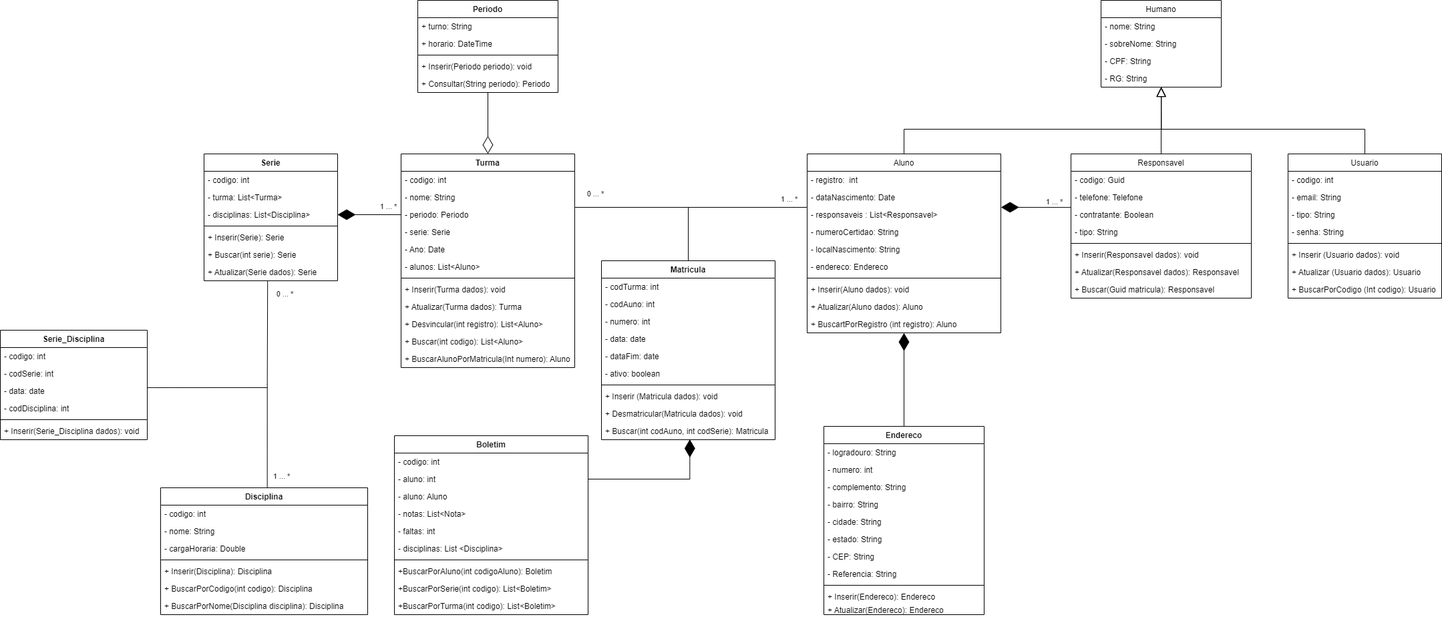
Earlier version of the draw.io export diagrama_de_classes-se.png (marlonbatista/SE). Source tidied: cells renumbered, new cells last; positions are measured from the earlier drawing's top-left corner, leaving out a move shared by most shapes.
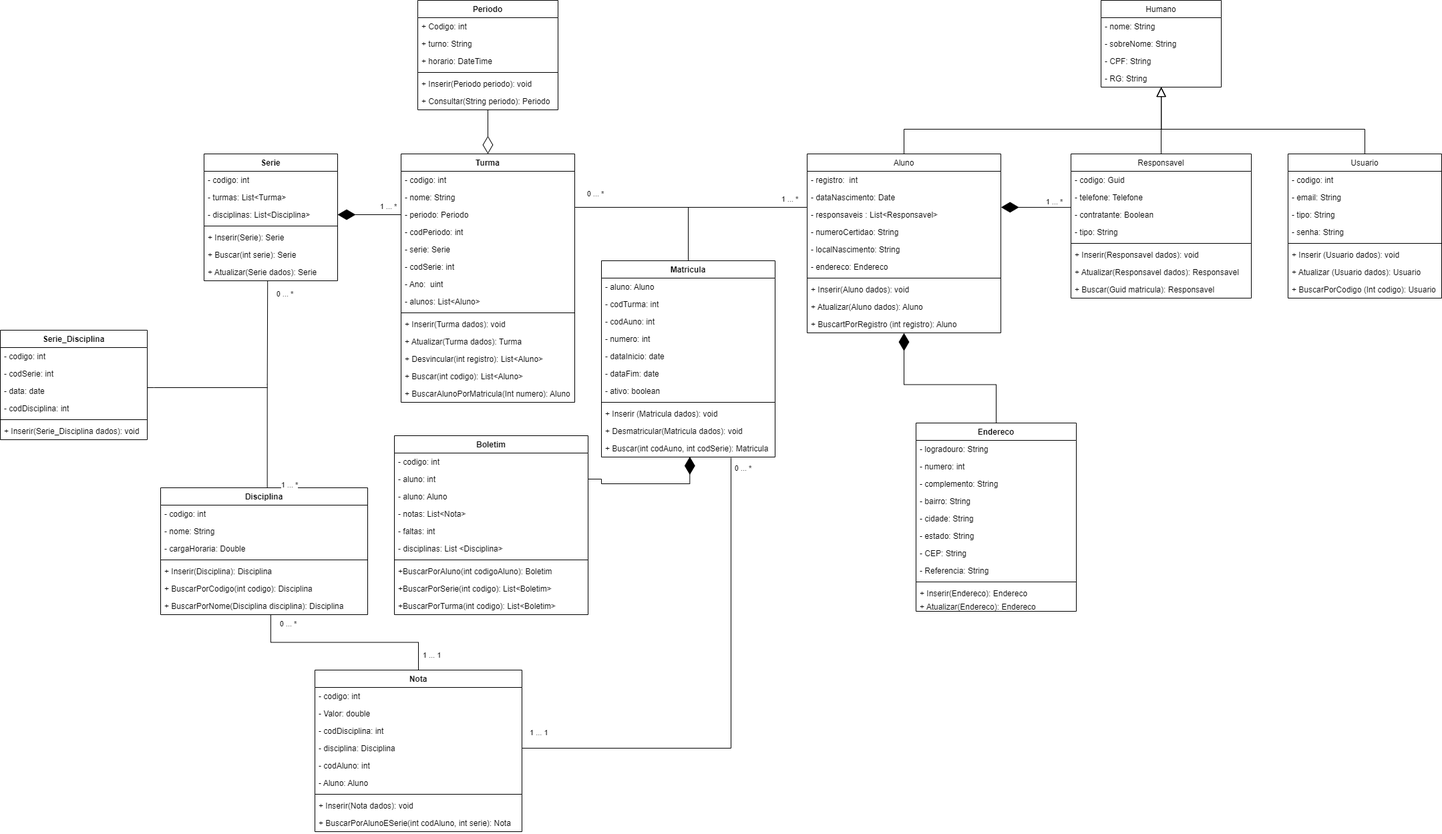
After the commit.

Diff of the diagram source:
```diff
@@ -143,7 +143,7 @@
       <mxGeometry relative="1" as="geometry" />
     </mxCell>
     <mxCell id="44" value="Endereco" style="swimlane;fontStyle=1;align=center;verticalAlign=top;horizontal=1;startSize=26;" parent="1" vertex="1">
-      <mxGeometry x="1233" y="638" width="240" height="282" as="geometry" />
+      <mxGeometry x="1371" y="633" width="240" height="282" as="geometry" />
     </mxCell>
     <mxCell id="45" value="- logradouro: String&#10;" style="text;strokeColor=none;fillColor=none;align=left;verticalAlign=top;spacingLeft=4;spacingRight=4;overflow=hidden;" parent="44" vertex="1">
       <mxGeometry y="26" width="240" height="26" as="geometry" />
@@ -184,7 +184,7 @@
     <mxCell id="57" value="- codigo: int&#10;" style="text;strokeColor=none;fillColor=none;align=left;verticalAlign=top;spacingLeft=4;spacingRight=4;overflow=hidden;" parent="56" vertex="1">
       <mxGeometry y="26" width="200" height="26" as="geometry" />
     </mxCell>
-    <mxCell id="58" value="- turma: List&lt;Turma&gt;&#10;" style="text;strokeColor=none;fillColor=none;align=left;verticalAlign=top;spacingLeft=4;spacingRight=4;overflow=hidden;" parent="56" vertex="1">
+    <mxCell id="58" value="- turmas: List&lt;Turma&gt;&#10;" style="text;strokeColor=none;fillColor=none;align=left;verticalAlign=top;spacingLeft=4;spacingRight=4;overflow=hidden;" parent="56" vertex="1">
       <mxGeometry y="52" width="200" height="26" as="geometry" />
     </mxCell>
     <mxCell id="59" value="- disciplinas: List&lt;Disciplina&gt;&#10;" style="text;strokeColor=none;fillColor=none;align=left;verticalAlign=top;spacingLeft=4;spacingRight=4;overflow=hidden;points=[[0,0.5],[1,0.5]];portConstraint=eastwest;" parent="56" vertex="1">
@@ -203,7 +203,7 @@
       <mxGeometry y="164" width="200" height="26" as="geometry" />
     </mxCell>
     <mxCell id="64" value="Turma" style="swimlane;fontStyle=1;align=center;verticalAlign=top;horizontal=1;startSize=26;" parent="1" vertex="1">
-      <mxGeometry x="600" y="230" width="260" height="320" as="geometry" />
+      <mxGeometry x="600" y="230" width="260" height="372" as="geometry" />
     </mxCell>
     <mxCell id="65" value="- codigo: int" style="text;strokeColor=none;fillColor=none;align=left;verticalAlign=top;spacingLeft=4;spacingRight=4;overflow=hidden;" parent="64" vertex="1">
       <mxGeometry y="26" width="260" height="26" as="geometry" />
@@ -214,32 +214,38 @@
     <mxCell id="67" value="- periodo: Periodo" style="text;strokeColor=none;fillColor=none;align=left;verticalAlign=top;spacingLeft=4;spacingRight=4;overflow=hidden;points=[[0,0.5],[1,0.5]];portConstraint=eastwest;" parent="64" vertex="1">
       <mxGeometry y="78" width="260" height="26" as="geometry" />
     </mxCell>
+    <mxCell id="132" value="- codPeriodo: int" style="text;strokeColor=none;fillColor=none;align=left;verticalAlign=top;spacingLeft=4;spacingRight=4;overflow=hidden;" parent="64" vertex="1">
+      <mxGeometry y="104" width="260" height="26" as="geometry" />
+    </mxCell>
     <mxCell id="68" value="- serie: Serie" style="text;strokeColor=none;fillColor=none;align=left;verticalAlign=top;spacingLeft=4;spacingRight=4;overflow=hidden;" parent="64" vertex="1">
-      <mxGeometry y="104" width="260" height="26" as="geometry" />
+      <mxGeometry y="130" width="260" height="26" as="geometry" />
     </mxCell>
+    <mxCell id="133" value="- codSerie: int" style="text;strokeColor=none;fillColor=none;align=left;verticalAlign=top;spacingLeft=4;spacingRight=4;overflow=hidden;" parent="64" vertex="1">
+      <mxGeometry y="156" width="260" height="26" as="geometry" />
+    </mxCell>
-    <mxCell id="69" value="- Ano: Date" style="text;strokeColor=none;fillColor=none;align=left;verticalAlign=top;spacingLeft=4;spacingRight=4;overflow=hidden;" parent="64" vertex="1">
-      <mxGeometry y="130" width="260" height="26" as="geometry" />
+    <mxCell id="69" value="- Ano:  uint" style="text;strokeColor=none;fillColor=none;align=left;verticalAlign=top;spacingLeft=4;spacingRight=4;overflow=hidden;" parent="64" vertex="1">
+      <mxGeometry y="182" width="260" height="26" as="geometry" />
     </mxCell>
     <mxCell id="70" value="- alunos: List&lt;Aluno&gt;" style="text;strokeColor=none;fillColor=none;align=left;verticalAlign=top;spacingLeft=4;spacingRight=4;overflow=hidden;" parent="64" vertex="1">
-      <mxGeometry y="156" width="260" height="26" as="geometry" />
+      <mxGeometry y="208" width="260" height="26" as="geometry" />
     </mxCell>
     <mxCell id="71" style="line;strokeWidth=1;fillColor=none;align=left;verticalAlign=middle;spacingTop=-1;spacingLeft=3;spacingRight=3;labelPosition=right;strokeColor=inherit;" parent="64" vertex="1">
-      <mxGeometry y="182" width="260" height="8" as="geometry" />
+      <mxGeometry y="234" width="260" height="8" as="geometry" />
     </mxCell>
     <mxCell id="72" value="+ Inserir(Turma dados): void" style="text;strokeColor=none;fillColor=none;align=left;verticalAlign=top;spacingLeft=4;spacingRight=4;overflow=hidden;" parent="64" vertex="1">
-      <mxGeometry y="190" width="260" height="26" as="geometry" />
+      <mxGeometry y="242" width="260" height="26" as="geometry" />
     </mxCell>
     <mxCell id="73" value="+ Atualizar(Turma dados): Turma&#10;" style="text;strokeColor=none;fillColor=none;align=left;verticalAlign=top;spacingLeft=4;spacingRight=4;overflow=hidden;" parent="64" vertex="1">
-      <mxGeometry y="216" width="260" height="26" as="geometry" />
+      <mxGeometry y="268" width="260" height="26" as="geometry" />
     </mxCell>
     <mxCell id="74" value="+ Desvincular(int registro): List&lt;Aluno&gt;&#10;" style="text;strokeColor=none;fillColor=none;align=left;verticalAlign=top;spacingLeft=4;spacingRight=4;overflow=hidden;" parent="64" vertex="1">
-      <mxGeometry y="242" width="260" height="26" as="geometry" />
+      <mxGeometry y="294" width="260" height="26" as="geometry" />
     </mxCell>
     <mxCell id="75" value="+ Buscar(int codigo): List&lt;Aluno&gt;&#10;" style="text;strokeColor=none;fillColor=none;align=left;verticalAlign=top;spacingLeft=4;spacingRight=4;overflow=hidden;" parent="64" vertex="1">
-      <mxGeometry y="268" width="260" height="26" as="geometry" />
+      <mxGeometry y="320" width="260" height="26" as="geometry" />
     </mxCell>
     <mxCell id="76" value="+ BuscarAlunoPorMatricula(Int numero): Aluno&#10;" style="text;strokeColor=none;fillColor=none;align=left;verticalAlign=top;spacingLeft=4;spacingRight=4;overflow=hidden;" parent="64" vertex="1">
-      <mxGeometry y="294" width="260" height="26" as="geometry" />
+      <mxGeometry y="346" width="260" height="26" as="geometry" />
     </mxCell>
     <mxCell id="77" style="edgeStyle=orthogonalEdgeStyle;rounded=0;jettySize=auto;html=1;exitX=0.5;exitY=0;exitDx=0;exitDy=0;endArrow=none;endFill=0;endSize=24;" parent="1" edge="1" source="78">
       <mxGeometry relative="1" as="geometry">
@@ -247,37 +253,40 @@
       </mxGeometry>
     </mxCell>
     <mxCell id="78" value="Matricula" style="swimlane;fontStyle=1;align=center;verticalAlign=top;horizontal=1;startSize=26;" parent="1" vertex="1">
-      <mxGeometry x="900" y="390" width="260" height="268" as="geometry" />
+      <mxGeometry x="900" y="390" width="260" height="294" as="geometry" />
     </mxCell>
+    <mxCell id="134" value="- aluno: Aluno" style="text;strokeColor=none;fillColor=none;align=left;verticalAlign=top;spacingLeft=4;spacingRight=4;overflow=hidden;" parent="78" vertex="1">
+      <mxGeometry y="26" width="260" height="26" as="geometry" />
+    </mxCell>
     <mxCell id="79" value="- codTurma: int" style="text;strokeColor=none;fillColor=none;align=left;verticalAlign=top;spacingLeft=4;spacingRight=4;overflow=hidden;" parent="78" vertex="1">
-      <mxGeometry y="26" width="260" height="26" as="geometry" />
+      <mxGeometry y="52" width="260" height="26" as="geometry" />
     </mxCell>
     <mxCell id="80" value="- codAuno: int" style="text;strokeColor=none;fillColor=none;align=left;verticalAlign=top;spacingLeft=4;spacingRight=4;overflow=hidden;" parent="78" vertex="1">
-      <mxGeometry y="52" width="260" height="26" as="geometry" />
+      <mxGeometry y="78" width="260" height="26" as="geometry" />
     </mxCell>
     <mxCell id="81" value="- numero: int" style="text;strokeColor=none;fillColor=none;align=left;verticalAlign=top;spacingLeft=4;spacingRight=4;overflow=hidden;" parent="78" vertex="1">
-      <mxGeometry y="78" width="260" height="26" as="geometry" />
+      <mxGeometry y="104" width="260" height="26" as="geometry" />
     </mxCell>
-    <mxCell id="82" value="- data: date" style="text;strokeColor=none;fillColor=none;align=left;verticalAlign=top;spacingLeft=4;spacingRight=4;overflow=hidden;" parent="78" vertex="1">
-      <mxGeometry y="104" width="260" height="26" as="geometry" />
+    <mxCell id="82" value="- dataInicio: date" style="text;strokeColor=none;fillColor=none;align=left;verticalAlign=top;spacingLeft=4;spacingRight=4;overflow=hidden;" parent="78" vertex="1">
+      <mxGeometry y="130" width="260" height="26" as="geometry" />
     </mxCell>
     <mxCell id="83" value="- dataFim: date" style="text;strokeColor=none;fillColor=none;align=left;verticalAlign=top;spacingLeft=4;spacingRight=4;overflow=hidden;" parent="78" vertex="1">
-      <mxGeometry y="130" width="260" height="26" as="geometry" />
+      <mxGeometry y="156" width="260" height="26" as="geometry" />
     </mxCell>
     <mxCell id="84" value="- ativo: boolean" style="text;strokeColor=none;fillColor=none;align=left;verticalAlign=top;spacingLeft=4;spacingRight=4;overflow=hidden;" parent="78" vertex="1">
-      <mxGeometry y="156" width="260" height="26" as="geometry" />
+      <mxGeometry y="182" width="260" height="26" as="geometry" />
     </mxCell>
     <mxCell id="85" style="line;strokeWidth=1;fillColor=none;align=left;verticalAlign=middle;spacingTop=-1;spacingLeft=3;spacingRight=3;labelPosition=right;strokeColor=inherit;" parent="78" vertex="1">
-      <mxGeometry y="182" width="260" height="8" as="geometry" />
+      <mxGeometry y="208" width="260" height="8" as="geometry" />
     </mxCell>
     <mxCell id="86" value="+ Inserir (Matricula dados): void" style="text;strokeColor=none;fillColor=none;align=left;verticalAlign=top;spacingLeft=4;spacingRight=4;overflow=hidden;" parent="78" vertex="1">
-      <mxGeometry y="190" width="260" height="26" as="geometry" />
+      <mxGeometry y="216" width="260" height="26" as="geometry" />
     </mxCell>
     <mxCell id="87" value="+ Desmatricular(Matricula dados): void" style="text;strokeColor=none;fillColor=none;align=left;verticalAlign=top;spacingLeft=4;spacingRight=4;overflow=hidden;" parent="78" vertex="1">
-      <mxGeometry y="216" width="260" height="26" as="geometry" />
+      <mxGeometry y="242" width="260" height="26" as="geometry" />
     </mxCell>
     <mxCell id="88" value="+ Buscar(int codAuno, int codSerie): Matricula" style="text;strokeColor=none;fillColor=none;align=left;verticalAlign=top;spacingLeft=4;spacingRight=4;overflow=hidden;points=[[0,0.5],[1,0.5]];portConstraint=eastwest;" parent="78" vertex="1">
-      <mxGeometry y="242" width="260" height="26" as="geometry" />
+      <mxGeometry y="268" width="260" height="26" as="geometry" />
     </mxCell>
     <mxCell id="89" style="edgeStyle=orthogonalEdgeStyle;rounded=0;jettySize=auto;html=1;endArrow=none;endFill=0;endSize=24;entryX=0.476;entryY=1;entryDx=0;entryDy=0;entryPerimeter=0;exitX=0.515;exitY=0.002;exitDx=0;exitDy=0;exitPerimeter=0;" parent="1" edge="1" source="92" target="63">
       <mxGeometry relative="1" as="geometry" />
@@ -287,9 +296,9 @@
         <mxPoint x="26" y="-1" as="offset" />
       </mxGeometry>
     </mxCell>
-    <mxCell id="91" value="1 ... *" style="edgeLabel;html=1;align=center;verticalAlign=middle;" parent="89" vertex="1">
+    <mxCell id="91" value="0 ... *" style="edgeLabel;html=1;align=center;verticalAlign=middle;" parent="89" vertex="1">
       <mxGeometry x="-0.81" relative="1" as="geometry">
-        <mxPoint x="21" y="11" as="offset" />
+        <mxPoint x="31" y="232" as="offset" />
       </mxGeometry>
     </mxCell>
     <mxCell id="92" value="Disciplina" style="swimlane;fontStyle=1;align=center;verticalAlign=top;horizontal=1;startSize=26;" parent="1" vertex="1">
@@ -383,22 +392,25 @@
       <mxGeometry relative="1" as="geometry" />
     </mxCell>
     <mxCell id="120" value="Periodo" style="swimlane;fontStyle=1;align=center;verticalAlign=top;horizontal=1;startSize=26;" parent="1" vertex="1">
-      <mxGeometry x="625" width="210" height="138" as="geometry" />
+      <mxGeometry x="625" width="210" height="164" as="geometry" />
     </mxCell>
-    <mxCell id="121" value="+ turno: String&#10;" style="text;strokeColor=none;fillColor=none;align=left;verticalAlign=top;spacingLeft=4;spacingRight=4;overflow=hidden;" parent="120" vertex="1">
+    <mxCell id="121" value="+ Codigo: int&#10;" style="text;strokeColor=none;fillColor=none;align=left;verticalAlign=top;spacingLeft=4;spacingRight=4;overflow=hidden;" parent="120" vertex="1">
       <mxGeometry y="26" width="210" height="26" as="geometry" />
     </mxCell>
+    <mxCell id="135" value="+ turno: String&#10;" style="text;strokeColor=none;fillColor=none;align=left;verticalAlign=top;spacingLeft=4;spacingRight=4;overflow=hidden;" parent="120" vertex="1">
+      <mxGeometry y="52" width="210" height="26" as="geometry" />
+    </mxCell>
     <mxCell id="122" value="+ horario: DateTime&#10;" style="text;strokeColor=none;fillColor=none;align=left;verticalAlign=top;spacingLeft=4;spacingRight=4;overflow=hidden;" parent="120" vertex="1">
-      <mxGeometry y="52" width="210" height="26" as="geometry" />
+      <mxGeometry y="78" width="210" height="26" as="geometry" />
     </mxCell>
     <mxCell id="123" style="line;strokeWidth=1;fillColor=none;align=left;verticalAlign=middle;spacingTop=-1;spacingLeft=3;spacingRight=3;labelPosition=right;strokeColor=inherit;" parent="120" vertex="1">
-      <mxGeometry y="78" width="210" height="8" as="geometry" />
+      <mxGeometry y="104" width="210" height="8" as="geometry" />
     </mxCell>
     <mxCell id="124" value="+ Inserir(Periodo periodo): void" style="text;strokeColor=none;fillColor=none;align=left;verticalAlign=top;spacingLeft=4;spacingRight=4;overflow=hidden;" parent="120" vertex="1">
-      <mxGeometry y="86" width="210" height="26" as="geometry" />
+      <mxGeometry y="112" width="210" height="26" as="geometry" />
     </mxCell>
     <mxCell id="125" value="+ Consultar(String periodo): Periodo" style="text;strokeColor=none;fillColor=none;align=left;verticalAlign=top;spacingLeft=4;spacingRight=4;overflow=hidden;" parent="120" vertex="1">
-      <mxGeometry y="112" width="210" height="26" as="geometry" />
+      <mxGeometry y="138" width="210" height="26" as="geometry" />
     </mxCell>
     <mxCell id="126" style="edgeStyle=orthogonalEdgeStyle;rounded=0;jettySize=auto;html=1;exitX=0;exitY=0.5;exitDx=0;exitDy=0;entryX=1;entryY=0.5;entryDx=0;entryDy=0;endArrow=diamondThin;endFill=1;endSize=24;" parent="1" edge="1" source="67" target="59">
       <mxGeometry relative="1" as="geometry" />
@@ -426,5 +438,59 @@
     <mxCell id="131" style="edgeStyle=orthogonalEdgeStyle;rounded=0;jettySize=auto;html=1;exitX=1;exitY=0.5;exitDx=0;exitDy=0;entryX=0.509;entryY=0.984;entryDx=0;entryDy=0;entryPerimeter=0;endArrow=diamondThin;endFill=1;endSize=24;" parent="1" edge="1" source="102" target="88">
       <mxGeometry relative="1" as="geometry" />
     </mxCell>
+    <mxCell id="136" style="edgeStyle=orthogonalEdgeStyle;rounded=0;jettySize=auto;html=1;entryX=0.532;entryY=1;entryDx=0;entryDy=0;entryPerimeter=0;startArrow=none;startFill=0;endArrow=none;endFill=0;" parent="1" edge="1" source="137" target="99">
+      <mxGeometry relative="1" as="geometry" />
+    </mxCell>
+    <mxCell id="137" value="Nota" style="swimlane;fontStyle=1;align=center;verticalAlign=top;horizontal=1;startSize=26;" parent="1" vertex="1">
+      <mxGeometry x="471" y="1003" width="310" height="242" as="geometry" />
+    </mxCell>
+    <mxCell id="138" value="- codigo: int" style="text;strokeColor=none;fillColor=none;align=left;verticalAlign=top;spacingLeft=4;spacingRight=4;overflow=hidden;" parent="137" vertex="1">
+      <mxGeometry y="26" width="310" height="26" as="geometry" />
+    </mxCell>
+    <mxCell id="139" value="- Valor: double" style="text;strokeColor=none;fillColor=none;align=left;verticalAlign=top;spacingLeft=4;spacingRight=4;overflow=hidden;" parent="137" vertex="1">
+      <mxGeometry y="52" width="310" height="26" as="geometry" />
+    </mxCell>
+    <mxCell id="140" value="- codDisciplina: int " style="text;strokeColor=none;fillColor=none;align=left;verticalAlign=top;spacingLeft=4;spacingRight=4;overflow=hidden;" parent="137" vertex="1">
+      <mxGeometry y="78" width="310" height="26" as="geometry" />
+    </mxCell>
+    <mxCell id="141" value="- disciplina: Disciplina" style="text;strokeColor=none;fillColor=none;align=left;verticalAlign=top;spacingLeft=4;spacingRight=4;overflow=hidden;points=[[0,0.5],[1,0.5]];portConstraint=eastwest;" parent="137" vertex="1">
+      <mxGeometry y="104" width="310" height="26" as="geometry" />
+    </mxCell>
+    <mxCell id="142" value="- codAluno: int" style="text;strokeColor=none;fillColor=none;align=left;verticalAlign=top;spacingLeft=4;spacingRight=4;overflow=hidden;" parent="137" vertex="1">
+      <mxGeometry y="130" width="310" height="26" as="geometry" />
+    </mxCell>
+    <mxCell id="143" value="- Aluno: Aluno" style="text;strokeColor=none;fillColor=none;align=left;verticalAlign=top;spacingLeft=4;spacingRight=4;overflow=hidden;" parent="137" vertex="1">
+      <mxGeometry y="156" width="310" height="26" as="geometry" />
+    </mxCell>
+    <mxCell id="144" style="line;strokeWidth=1;fillColor=none;align=left;verticalAlign=middle;spacingTop=-1;spacingLeft=3;spacingRight=3;labelPosition=right;strokeColor=inherit;" parent="137" vertex="1">
+      <mxGeometry y="182" width="310" height="8" as="geometry" />
+    </mxCell>
+    <mxCell id="145" value="+ Inserir(Nota dados): void" style="text;strokeColor=none;fillColor=none;align=left;verticalAlign=top;spacingLeft=4;spacingRight=4;overflow=hidden;" parent="137" vertex="1">
+      <mxGeometry y="190" width="310" height="26" as="geometry" />
+    </mxCell>
+    <mxCell id="146" value="+ BuscarPorAlunoESerie(int codAluno, int serie): Nota" style="text;strokeColor=none;fillColor=none;align=left;verticalAlign=top;spacingLeft=4;spacingRight=4;overflow=hidden;" parent="137" vertex="1">
+      <mxGeometry y="216" width="310" height="26" as="geometry" />
+    </mxCell>
+    <mxCell id="147" value="1 ... *" style="edgeLabel;html=1;align=center;verticalAlign=middle;" parent="1" vertex="1">
+      <mxGeometry x="430.7" y="722.4" as="geometry">
+        <mxPoint x="2" y="3" as="offset" />
+      </mxGeometry>
+    </mxCell>
+    <mxCell id="148" style="edgeStyle=orthogonalEdgeStyle;rounded=0;jettySize=auto;html=1;entryX=0.746;entryY=1.038;entryDx=0;entryDy=0;entryPerimeter=0;startArrow=none;startFill=0;endArrow=none;endFill=0;" parent="1" edge="1" source="141" target="88">
+      <mxGeometry relative="1" as="geometry" />
+    </mxCell>
+    <mxCell id="149" value="1 ... 1" style="edgeLabel;html=1;align=center;verticalAlign=middle;" parent="1" vertex="1">
+      <mxGeometry x="430.7" y="732.4" as="geometry">
+        <mxPoint x="215" y="248" as="offset" />
+      </mxGeometry>
+    </mxCell>
+    <mxCell id="150" value="0 ... *" style="edgeLabel;html=1;align=center;verticalAlign=middle;" parent="1" vertex="1">
+      <mxGeometry x="440.7" y="943.4" as="geometry">
+        <mxPoint x="671" y="-243" as="offset" />
+      </mxGeometry>
+    </mxCell>
+    <mxCell id="151" value="&lt;span style=&quot;color: rgb(0, 0, 0); font-family: Helvetica; font-size: 11px; font-style: normal; font-variant-ligatures: normal; font-variant-caps: normal; font-weight: 400; letter-spacing: normal; orphans: 2; text-align: center; text-indent: 0px; text-transform: none; widows: 2; word-spacing: 0px; -webkit-text-stroke-width: 0px; background-color: rgb(255, 255, 255); text-decoration-thickness: initial; text-decoration-style: initial; text-decoration-color: initial; float: none; display: inline !important;&quot;&gt;1 ... 1&lt;/span&gt;" style="text;whiteSpace=wrap;html=1;" parent="1" vertex="1">
+      <mxGeometry x="791" y="1083" width="60" height="40" as="geometry" />
+    </mxCell>
   </root>
 </mxGraphModel>
```
